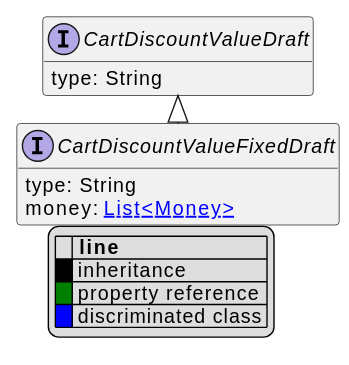
Earlier version of the PlantUML export uml/api/svg/CartDiscountValueFixedDraft.svg (commercetools/commercetools-api-reference). Source of this version:
```plantuml
@startuml
!pragma layout elk
hide empty fields
hide empty methods
legend
|= |= line |
|<back:black>   </back>| inheritance |
|<back:green>   </back>| property reference |
|<back:blue>   </back>| discriminated class |
endlegend
interface CartDiscountValueFixedDraft [[CartDiscountValueFixedDraft.svg]] extends CartDiscountValueDraft {
    type: String
    money: [[Money.svg List<Money>]]
}
interface CartDiscountValueDraft [[CartDiscountValueDraft.svg]]  {
    type: String
}





@enduml
```
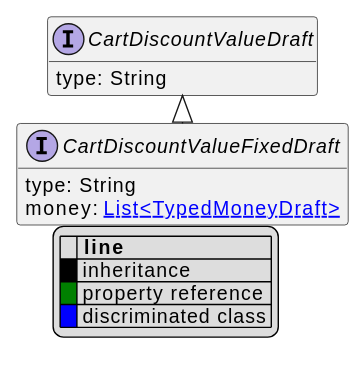
Above is the later version.

Change to the diagram source:
```diff
@@ -10,7 +10,7 @@
 endlegend
 interface CartDiscountValueFixedDraft [[CartDiscountValueFixedDraft.svg]] extends CartDiscountValueDraft {
     type: String
-    money: [[Money.svg List<Money>]]
+    money: [[TypedMoneyDraft.svg List<TypedMoneyDraft>]]
 }
 interface CartDiscountValueDraft [[CartDiscountValueDraft.svg]]  {
     type: String
```
